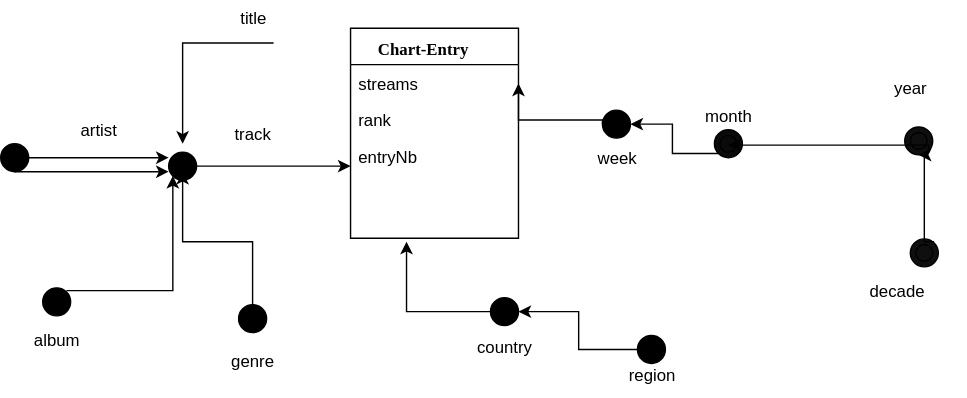
This is figures/DF1.svg from AlexChanson/DW, a draw.io export, as it was before one commit. Source tidied: cells renumbered, new cells last; positions are measured from the earlier drawing's top-left corner, leaving out a move shared by most shapes.
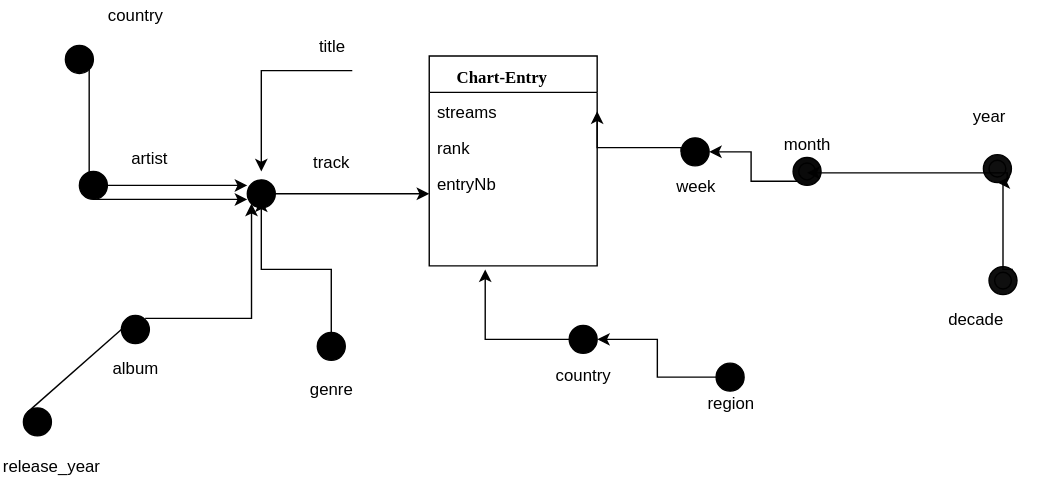
After the commit.

The edit, as a diff of the source:
```diff
@@ -76,7 +76,7 @@
     </object>
     <object id="21" label="artist" name="Variable" placeholders="1">
       <mxCell style="text;html=1;strokeColor=none;fillColor=none;align=center;verticalAlign=middle;whiteSpace=wrap;overflow=hidden;" parent="1" vertex="1">
-        <mxGeometry x="30" y="82" width="80" height="20" as="geometry" />
+        <mxGeometry x="10" y="82" width="80" height="20" as="geometry" />
       </mxCell>
     </object>
     <object id="22" label="year" name="Variable" placeholders="1">
@@ -170,5 +170,25 @@
         </Array>
       </mxGeometry>
     </mxCell>
+    <mxCell id="40" style="ellipse;shape=doubleEllipse;whiteSpace=wrap;html=1;fillColor=#000000;" parent="1" vertex="1">
+      <mxGeometry x="-10" y="12" width="20" height="20" as="geometry" />
+    </mxCell>
+    <mxCell id="41" style="endArrow=none;html=1;entryX=1;entryY=0;" parent="1" edge="1" target="40">
+      <mxGeometry relative="1" as="geometry">
+        <mxPoint x="7" y="112" as="sourcePoint" />
+      </mxGeometry>
+    </mxCell>
+    <mxCell id="42" value="&lt;div&gt;country&lt;/div&gt;" style="text;html=1;strokeColor=none;fillColor=none;align=center;verticalAlign=middle;whiteSpace=wrap;rounded=0;" parent="1" vertex="1">
+      <mxGeometry x="20" y="-20" width="40" height="20" as="geometry" />
+    </mxCell>
+    <mxCell id="43" style="ellipse;shape=doubleEllipse;whiteSpace=wrap;html=1;fillColor=#000000;" parent="1" vertex="1">
+      <mxGeometry x="-40" y="271" width="20" height="20" as="geometry" />
+    </mxCell>
+    <mxCell id="44" style="endArrow=none;html=1;entryX=0;entryY=0.5;exitX=0;exitY=0;" parent="1" edge="1" source="43" target="9">
+      <mxGeometry relative="1" as="geometry" />
+    </mxCell>
+    <mxCell id="45" value="release_year" style="text;html=1;strokeColor=none;fillColor=none;align=center;verticalAlign=middle;whiteSpace=wrap;rounded=0;" parent="1" vertex="1">
+      <mxGeometry x="-40" y="302" width="40" height="20" as="geometry" />
+    </mxCell>
   </root>
 </mxGraphModel>
```
